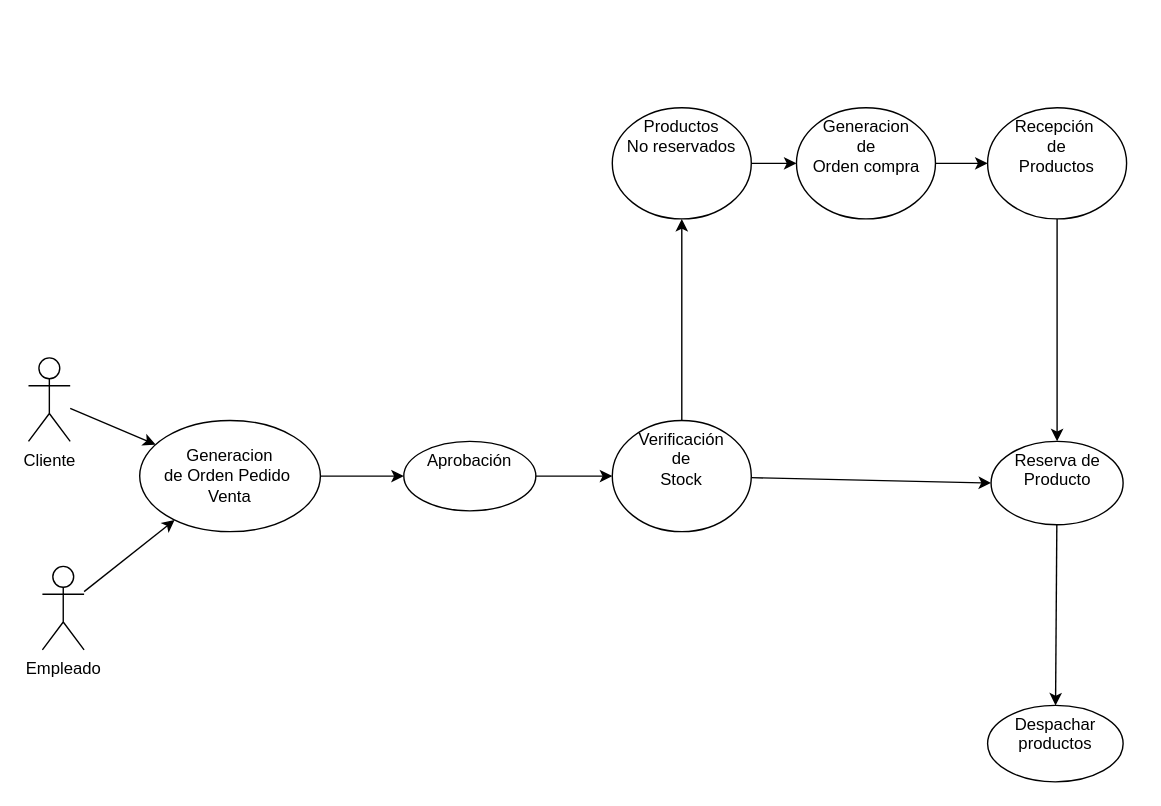
Above: Diagrama_OrdenPedidoVenta.drawio in josedtl/Diagrama (draw.io), before the change. Source tidied: cells renumbered, new cells numbered last; positions are measured from the earlier drawing's top-left corner, leaving out a move shared by most shapes. Both pictures are drawn from the tidied source at 139%, with x=0, y=0 at pixel (28, 107).
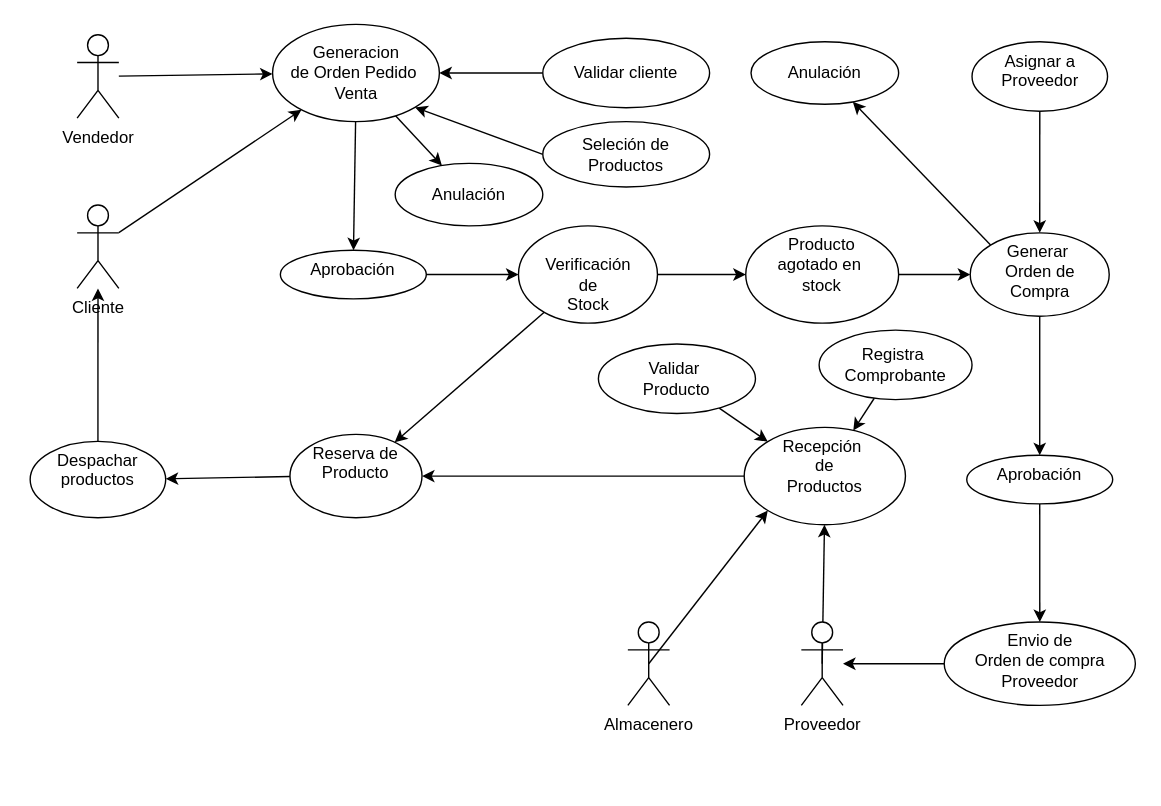
Above is the later version.

The edit, as a diff of the source:
```diff
@@
-    <mxCell id="3" value="Empleado" style="shape=umlActor;verticalLabelPosition=bottom;verticalAlign=top;html=1;outlineConnect=0;" parent="1" vertex="1">
-      <mxGeometry x="10" y="330" width="30" height="60" as="geometry" />
+    <mxCell id="3" value="Vendedor&lt;br&gt;" style="shape=umlActor;verticalLabelPosition=bottom;verticalAlign=top;html=1;outlineConnect=0;" parent="1" vertex="1">
+      <mxGeometry x="35" y="-52.5" width="30" height="60" as="geometry" />
     </mxCell>
@@
     <mxCell id="5" value="Cliente" style="shape=umlActor;verticalLabelPosition=bottom;verticalAlign=top;html=1;outlineConnect=0;" parent="1" vertex="1">
-      <mxGeometry y="180" width="30" height="60" as="geometry" />
+      <mxGeometry x="35" y="70" width="30" height="60" as="geometry" />
     </mxCell>
@@
+    <mxCell id="22" style="edgeStyle=none;html=1;" parent="1" edge="1" source="7" target="26">
+      <mxGeometry relative="1" as="geometry" />
+    </mxCell>
     <mxCell id="7" value="Generacion &lt;br&gt;de Orden Pedido&amp;nbsp;&lt;br&gt;Venta" style="ellipse;whiteSpace=wrap;html=1;" parent="1" vertex="1">
-      <mxGeometry x="80" y="225" width="130" height="80" as="geometry" />
+      <mxGeometry x="175.6" y="-60" width="120" height="70" as="geometry" />
     </mxCell>
@@
     <mxCell id="9" value="Aprobación" style="ellipse;whiteSpace=wrap;html=1;verticalAlign=top;" parent="1" vertex="1">
-      <mxGeometry x="270" y="240" width="95" height="50" as="geometry" />
+      <mxGeometry x="181.2" y="102.5" width="105" height="35" as="geometry" />
     </mxCell>
@@
     <mxCell id="11" value="Reserva de Producto" style="ellipse;whiteSpace=wrap;html=1;verticalAlign=top;" parent="1" vertex="1">
-      <mxGeometry x="692.5" y="240" width="95" height="60" as="geometry" />
+      <mxGeometry x="188.1" y="235" width="95" height="60" as="geometry" />
     </mxCell>
+    <mxCell id="23" style="edgeStyle=none;html=1;" parent="1" edge="1" source="12" target="5">
+      <mxGeometry relative="1" as="geometry" />
+    </mxCell>
     <mxCell id="12" value="Despachar productos" style="ellipse;whiteSpace=wrap;html=1;verticalAlign=top;" parent="1" vertex="1">
-      <mxGeometry x="690" y="430" width="97.5" height="55" as="geometry" />
+      <mxGeometry x="1.2" y="240" width="97.5" height="55" as="geometry" />
     </mxCell>
@@
-    <mxCell id="14" value="Productos &lt;br&gt;No reservados" style="ellipse;whiteSpace=wrap;html=1;verticalAlign=top;" parent="1" vertex="1">
-      <mxGeometry x="420" width="100" height="80" as="geometry" />
+    <mxCell id="14" value="Producto&lt;br&gt;agotado en&amp;nbsp;&lt;br&gt;stock" style="ellipse;whiteSpace=wrap;html=1;verticalAlign=top;" parent="1" vertex="1">
+      <mxGeometry x="516" y="85" width="110" height="70" as="geometry" />
     </mxCell>
-    <mxCell id="15" style="edgeStyle=none;html=1;" parent="1" edge="1" source="16" target="18">
-      <mxGeometry relative="1" as="geometry" />
-    </mxCell>
+    <mxCell id="24" style="edgeStyle=none;html=1;exitX=0;exitY=0;exitDx=0;exitDy=0;" parent="1" edge="1" source="16" target="31">
+      <mxGeometry relative="1" as="geometry" />
+    </mxCell>
+    <mxCell id="25" style="edgeStyle=none;html=1;exitX=0.5;exitY=1;exitDx=0;exitDy=0;entryX=0.5;entryY=0;entryDx=0;entryDy=0;" parent="1" edge="1" source="16" target="33">
+      <mxGeometry relative="1" as="geometry" />
+    </mxCell>
-    <mxCell id="16" value="Generacion&lt;br&gt;de&lt;br&gt;Orden compra" style="ellipse;whiteSpace=wrap;html=1;verticalAlign=top;" parent="1" vertex="1">
-      <mxGeometry x="552.5" width="100" height="80" as="geometry" />
+    <mxCell id="16" value="Generar&amp;nbsp;&lt;br&gt;Orden de&lt;br&gt;Compra" style="ellipse;whiteSpace=wrap;html=1;verticalAlign=top;" parent="1" vertex="1">
+      <mxGeometry x="677.5" y="90" width="100" height="60" as="geometry" />
     </mxCell>
@@
     <mxCell id="18" value="Recepción&amp;nbsp;&lt;br&gt;de&lt;br&gt;Productos" style="ellipse;whiteSpace=wrap;html=1;verticalAlign=top;" parent="1" vertex="1">
-      <mxGeometry x="690" width="100" height="80" as="geometry" />
+      <mxGeometry x="514.9" y="230" width="116" height="70" as="geometry" />
     </mxCell>
@@
-    <mxCell id="20" style="edgeStyle=none;html=1;entryX=0;entryY=0.5;entryDx=0;entryDy=0;" parent="1" edge="1" source="21" target="11">
+    <mxCell id="20" style="edgeStyle=none;html=1;" parent="1" edge="1" source="21" target="11">
       <mxGeometry relative="1" as="geometry" />
     </mxCell>
-    <mxCell id="21" value="Verificación&lt;br&gt;de&lt;br&gt;Stock" style="ellipse;whiteSpace=wrap;html=1;verticalAlign=top;" parent="1" vertex="1">
-      <mxGeometry x="420" y="225" width="100" height="80" as="geometry" />
+    <mxCell id="21" value="&lt;br&gt;Verificación&lt;br&gt;de&lt;br&gt;Stock" style="ellipse;whiteSpace=wrap;html=1;verticalAlign=top;" parent="1" vertex="1">
+      <mxGeometry x="352.5" y="85" width="100" height="70" as="geometry" />
     </mxCell>
+    <mxCell id="26" value="Anulación" style="ellipse;whiteSpace=wrap;html=1;" parent="1" vertex="1">
+      <mxGeometry x="263.8" y="40" width="106.2" height="45" as="geometry" />
+    </mxCell>
+    <mxCell id="27" style="edgeStyle=none;html=1;exitX=0.5;exitY=0.5;exitDx=0;exitDy=0;exitPerimeter=0;entryX=0;entryY=1;entryDx=0;entryDy=0;" parent="1" edge="1" source="28" target="18">
+      <mxGeometry relative="1" as="geometry" />
+    </mxCell>
+    <mxCell id="28" value="Almacenero" style="shape=umlActor;verticalLabelPosition=bottom;verticalAlign=top;html=1;outlineConnect=0;" parent="1" vertex="1">
+      <mxGeometry x="431.2" y="370" width="30" height="60" as="geometry" />
+    </mxCell>
+    <mxCell id="29" style="edgeStyle=none;html=1;exitX=0.5;exitY=0.5;exitDx=0;exitDy=0;exitPerimeter=0;" parent="1" edge="1" source="30" target="18">
+      <mxGeometry relative="1" as="geometry" />
+    </mxCell>
+    <mxCell id="30" value="Proveedor" style="shape=umlActor;verticalLabelPosition=bottom;verticalAlign=top;html=1;outlineConnect=0;" parent="1" vertex="1">
+      <mxGeometry x="556" y="370" width="30" height="60" as="geometry" />
+    </mxCell>
+    <mxCell id="31" value="Anulación" style="ellipse;whiteSpace=wrap;html=1;" parent="1" vertex="1">
+      <mxGeometry x="519.8" y="-47.5" width="106.2" height="45" as="geometry" />
+    </mxCell>
+    <mxCell id="32" style="edgeStyle=none;html=1;" parent="1" edge="1" source="33" target="37">
+      <mxGeometry relative="1" as="geometry" />
+    </mxCell>
+    <mxCell id="33" value="Aprobación" style="ellipse;whiteSpace=wrap;html=1;verticalAlign=top;" parent="1" vertex="1">
+      <mxGeometry x="675" y="250" width="105" height="35" as="geometry" />
+    </mxCell>
+    <mxCell id="34" style="edgeStyle=none;html=1;" parent="1" edge="1" source="35" target="16">
+      <mxGeometry relative="1" as="geometry" />
+    </mxCell>
+    <mxCell id="35" value="Asignar a&lt;br&gt;Proveedor" style="ellipse;whiteSpace=wrap;html=1;verticalAlign=top;" parent="1" vertex="1">
+      <mxGeometry x="678.8" y="-47.5" width="97.5" height="50" as="geometry" />
+    </mxCell>
+    <mxCell id="36" style="edgeStyle=none;html=1;" parent="1" edge="1" source="37" target="30">
+      <mxGeometry relative="1" as="geometry" />
+    </mxCell>
+    <mxCell id="37" value="Envio de &lt;br&gt;Orden de compra&lt;br&gt;Proveedor" style="ellipse;whiteSpace=wrap;html=1;verticalAlign=top;" parent="1" vertex="1">
+      <mxGeometry x="658.8" y="370" width="137.5" height="60" as="geometry" />
+    </mxCell>
+    <mxCell id="38" style="edgeStyle=none;html=1;" parent="1" edge="1" source="39" target="18">
+      <mxGeometry relative="1" as="geometry" />
+    </mxCell>
+    <mxCell id="39" value="Registra&amp;nbsp;&lt;br&gt;Comprobante" style="ellipse;whiteSpace=wrap;html=1;" parent="1" vertex="1">
+      <mxGeometry x="568.8" y="160" width="110" height="50" as="geometry" />
+    </mxCell>
+    <mxCell id="40" style="edgeStyle=none;html=1;exitX=0;exitY=0.5;exitDx=0;exitDy=0;entryX=1;entryY=1;entryDx=0;entryDy=0;" parent="1" edge="1" source="41" target="7">
+      <mxGeometry relative="1" as="geometry" />
+    </mxCell>
+    <mxCell id="41" value="Seleción de&lt;br&gt;Productos" style="ellipse;whiteSpace=wrap;html=1;" parent="1" vertex="1">
+      <mxGeometry x="370" y="10" width="120" height="47" as="geometry" />
+    </mxCell>
+    <mxCell id="42" style="edgeStyle=none;html=1;exitX=0;exitY=0.5;exitDx=0;exitDy=0;" parent="1" edge="1" source="43" target="7">
+      <mxGeometry relative="1" as="geometry" />
+    </mxCell>
+    <mxCell id="43" value="Validar cliente" style="ellipse;whiteSpace=wrap;html=1;" parent="1" vertex="1">
+      <mxGeometry x="370" y="-50" width="120" height="50" as="geometry" />
+    </mxCell>
+    <mxCell id="44" style="edgeStyle=none;html=1;entryX=0;entryY=0;entryDx=0;entryDy=0;" parent="1" edge="1" source="45" target="18">
+      <mxGeometry relative="1" as="geometry" />
+    </mxCell>
+    <mxCell id="45" value="Validar&amp;nbsp;&lt;br&gt;Producto" style="ellipse;whiteSpace=wrap;html=1;" parent="1" vertex="1">
+      <mxGeometry x="410" y="170" width="113" height="50" as="geometry" />
+    </mxCell>
```
